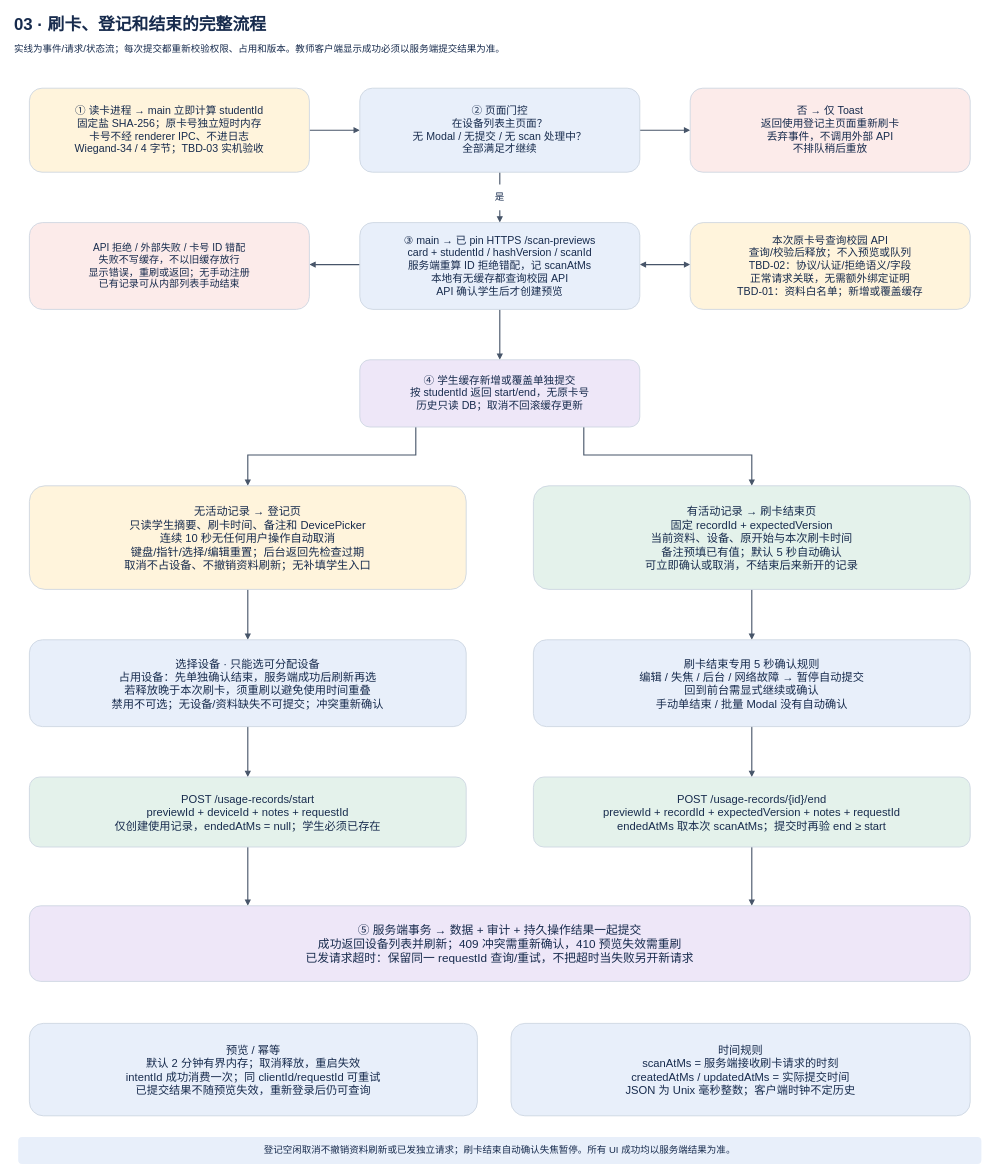
This is page "03 · 刷卡、登记和结束的完整流程" (3 of 8) of record-only/docs/architecture.drawio from lmyzzzz/cyez-library-management, a draw.io file, before an edit. Source tidied: cells renumbered, new cells numbered last; positions are measured from the earlier drawing's top-left corner, leaving out a move shared by most shapes. Both pictures are drawn from the tidied source at 56%, with x=0, y=0 at pixel (10, 10).
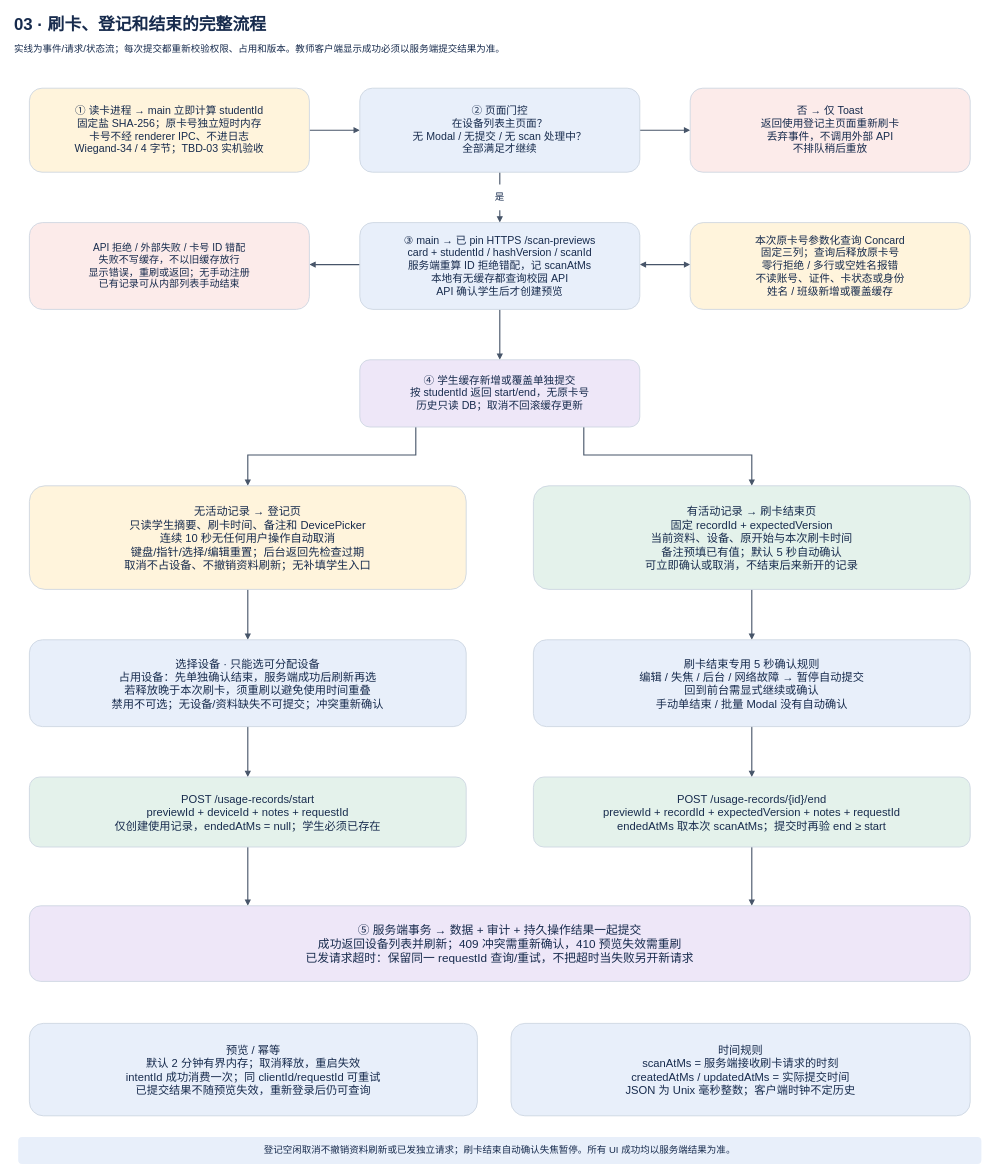
Above is the later version.

The edit, as a diff of the source:
```diff
@@
-    <mxCell id="23" value="本次原卡号查询校园 API&#10;查询/校验后释放；不入预览或队列&#10;TBD-02：协议/认证/拒绝语义/字段&#10;正常请求关联，无需额外绑定证明&#10;TBD-01：资料白名单；新增或覆盖缓存" style="rounded=1;whiteSpace=wrap;html=0;fillColor=#fff4dc;strokeColor=#cbd5e1;strokeWidth=1.5;fontColor=#172b4d;fontFamily=Microsoft YaHei;fontSize=19;fontStyle=0;align=center;verticalAlign=middle;spacing=8;" parent="1" vertex="1">
+    <mxCell id="23" value="本次原卡号参数化查询 Concard&#10;固定三列；查询后释放原卡号&#10;零行拒绝 / 多行或空姓名报错&#10;不读账号、证件、卡状态或身份&#10;姓名 / 班级新增或覆盖缓存" style="rounded=1;whiteSpace=wrap;html=0;fillColor=#fff4dc;strokeColor=#cbd5e1;strokeWidth=1.5;fontColor=#172b4d;fontFamily=Microsoft YaHei;fontSize=19;fontStyle=0;align=center;verticalAlign=middle;spacing=8;" parent="1" vertex="1">
       <mxGeometry x="1215" y="380" width="500" height="155" as="geometry" />
     </mxCell>
```
